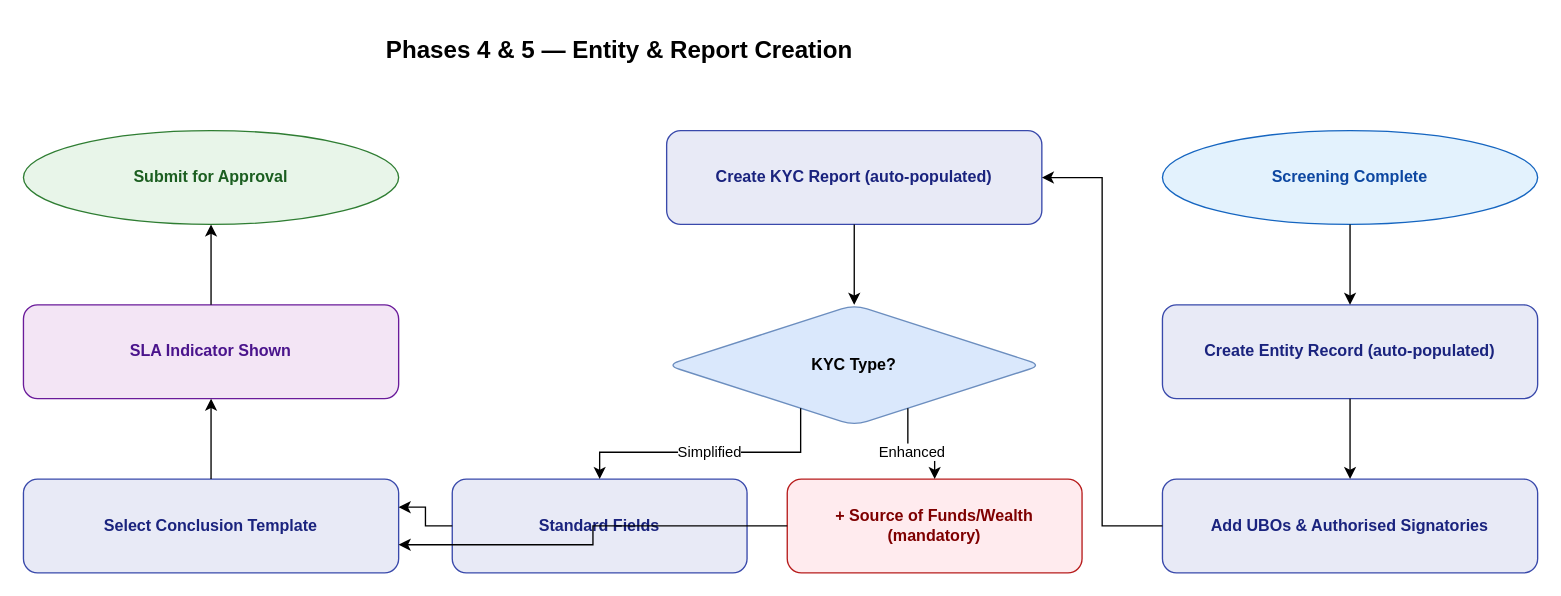
Before: page "Phase 4-5 Detail" (6 of 9) of docs/diagrams/drawio/best-practice-e2e.drawio in mazharr-hussain/KycReport, a draw.io diagram. Source tidied: cells renumbered, new cells numbered last; positions are measured from the earlier drawing's top-left corner, leaving out a move shared by most shapes. Both pictures are drawn from the tidied source at 134%, with x=0, y=0 at pixel (23, 23).
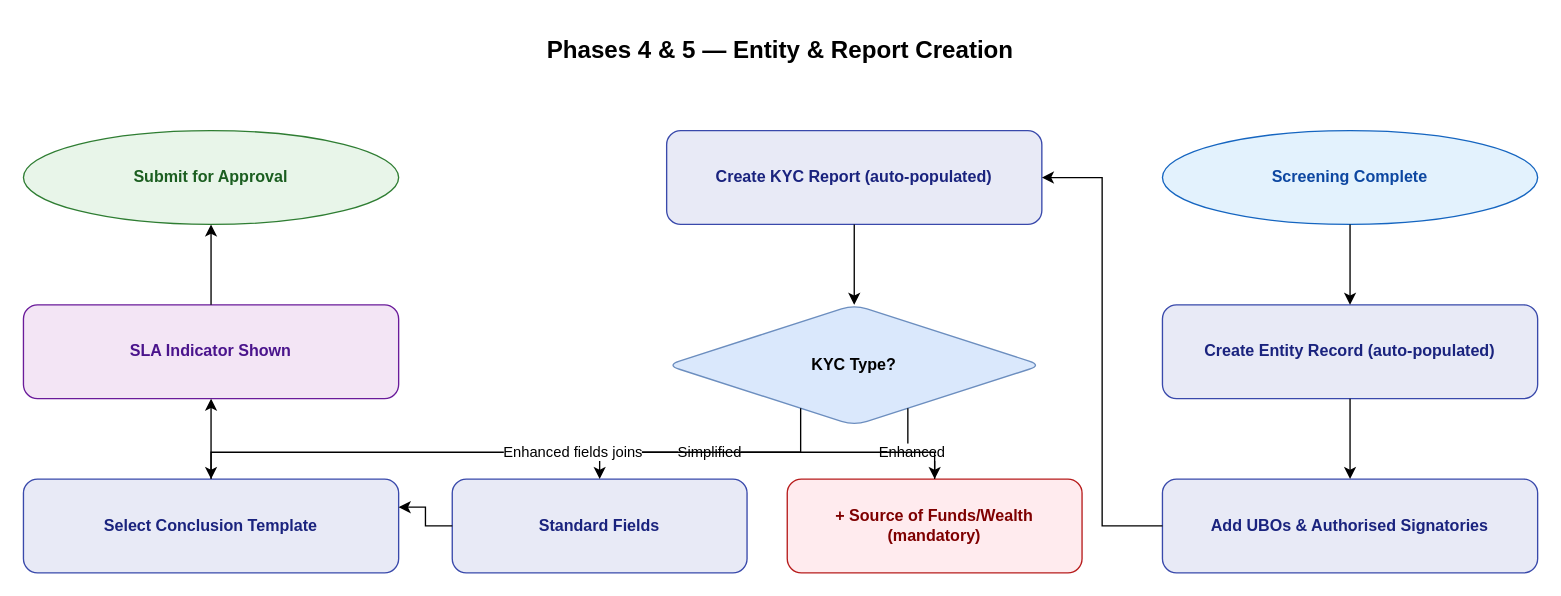
The same page after the edit.

The change refers to these unchanged cells:
```xml
<mxCell id="9" value="+ Source of Funds/Wealth (mandatory)" style="rect;whiteSpace=wrap;html=1;fillColor=#FFEBEE;strokeColor=#B71C1C;fontColor=#7F0000;fontSize=12;fontStyle=1;rounded=1;" parent="1" vertex="1">
  <mxGeometry x="570" y="340" width="220" height="70" as="geometry" />
</mxCell>
<mxCell id="10" value="Select Conclusion Template" style="rect;whiteSpace=wrap;html=1;fillColor=#E8EAF6;strokeColor=#3949AB;fontColor=#1A237E;fontSize=12;fontStyle=1;rounded=1;" parent="1" vertex="1">
  <mxGeometry y="340" width="280" height="70" as="geometry" />
</mxCell>
```

What changed in the source:
```diff
@@
     <mxCell id="2" value="Phases 4 &amp; 5 — Entity &amp; Report Creation" style="text;html=1;strokeColor=none;fillColor=none;align=center;verticalAlign=middle;whiteSpace=wrap;rounded=0;fontSize=18;fontStyle=1;" parent="1" vertex="1">
-      <mxGeometry x="145" width="600" height="40" as="geometry" />
+      <mxGeometry x="265" width="600" height="40" as="geometry" />
     </mxCell>
@@
-    <mxCell id="20" style="edgeStyle=orthogonalEdgeStyle;rounded=0;html=1;fontSize=11;exitX=0;exitY=0.5;entryX=1;entryY=0.7;" parent="1" edge="1" source="9" target="10">
-      <mxGeometry relative="1" as="geometry" />
+    <mxCell id="20" value="Enhanced fields joins" style="edgeStyle=orthogonalEdgeStyle;rounded=0;html=1;fontSize=11;exitX=0.5;exitY=0;entryX=0.5;entryY=0;" parent="1" edge="1" source="9" target="10">
+      <mxGeometry relative="1" as="geometry">
+        <Array as="points">
+          <mxPoint x="680" y="320" />
+          <mxPoint x="140" y="320" />
+        </Array>
+      </mxGeometry>
     </mxCell>
```
